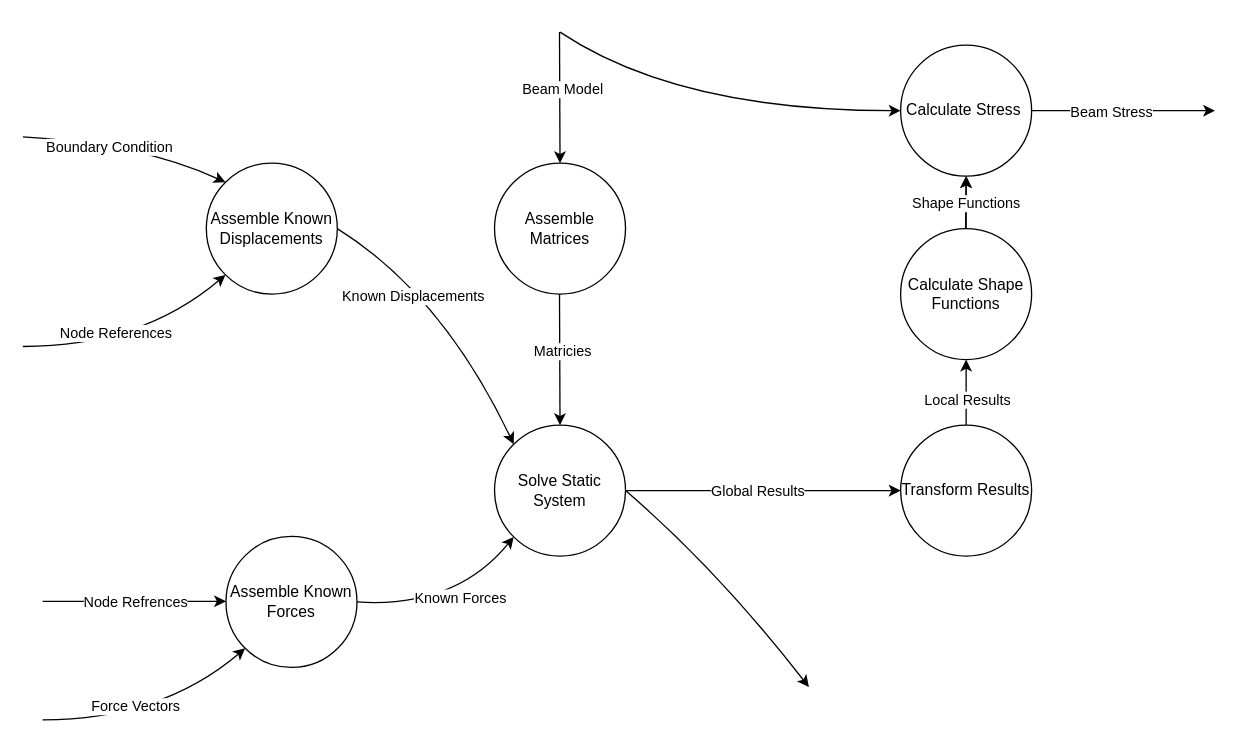
The draw.io diagram Thesis/Images/DFDs/DFD BeamSystem Static (8).drawio in NathanielHargan/UAV_Optimization, before the edit. Source tidied: cells renumbered, new cells numbered last; positions are measured from the earlier drawing's top-left corner, leaving out a move shared by most shapes. Both pictures are drawn from the tidied source at 131%, with x=0, y=0 at pixel (22, 31).
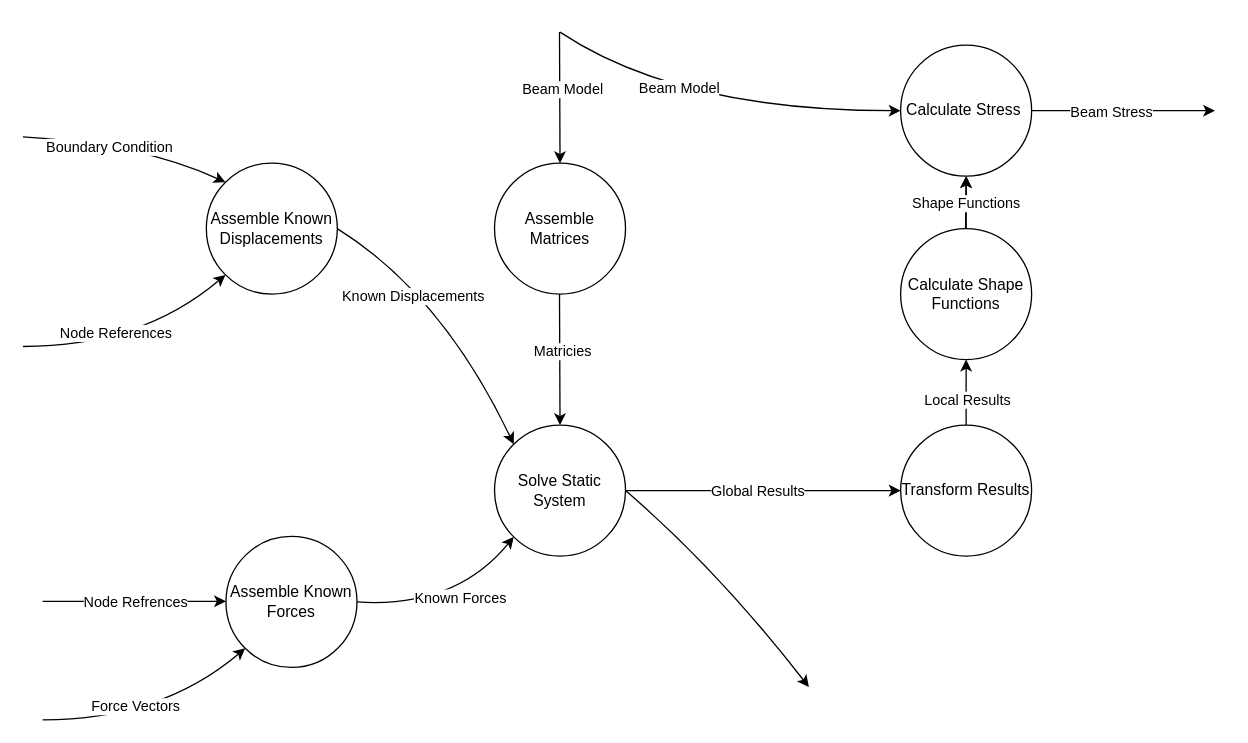
The same diagram, later.

The edit, as a diff of the source:
```diff
@@
+    <mxCell id="36" value="Beam Model" style="edgeLabel;html=1;align=center;verticalAlign=middle;" parent="1" vertex="1">
+      <mxGeometry x="500" y="42" as="geometry" />
+    </mxCell>
```
